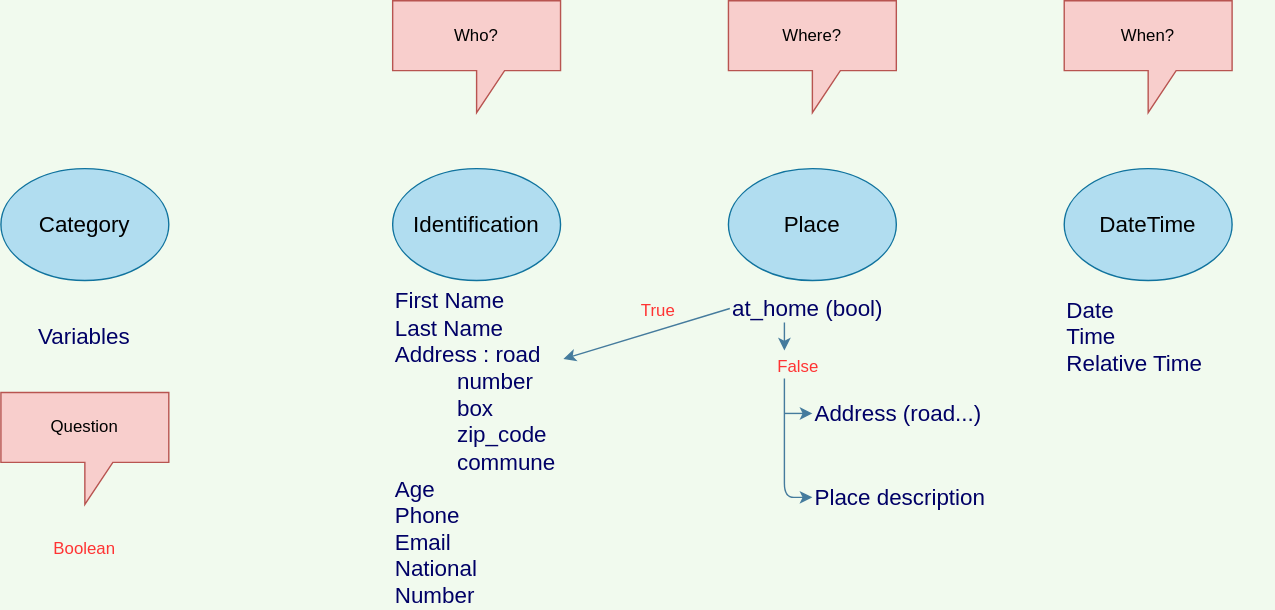
Above: concepts/Variables_needed.svg in Joffreybvn/police-training-chatbot (draw.io), before the change. Source tidied: cells renumbered, new cells last; positions are measured from the earlier drawing's top-left corner, leaving out a move shared by most shapes.
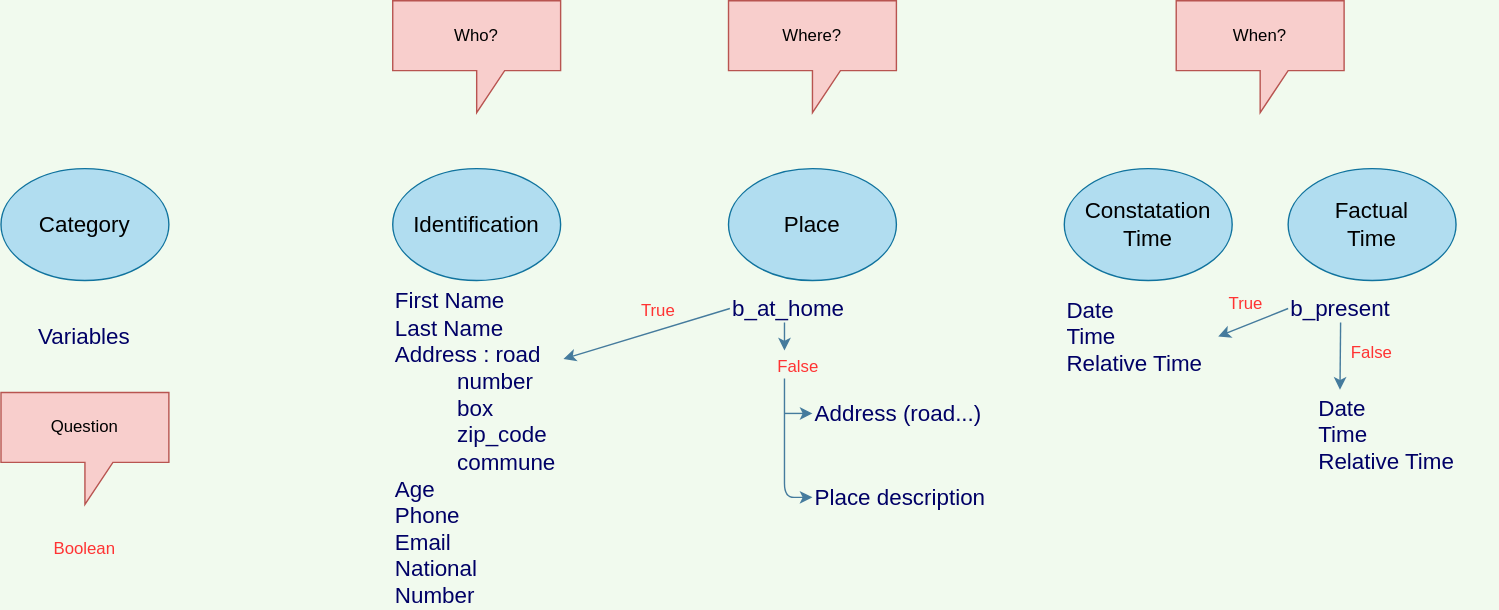
The same file after the commit.

The edit, as a diff of the source:
```diff
@@ -26,8 +26,8 @@
     <mxCell id="9" value="Place" style="ellipse;whiteSpace=wrap;html=1;fillColor=#b1ddf0;strokeColor=#10739e;fontSize=16;" parent="1" vertex="1">
       <mxGeometry x="520" y="120" width="120" height="80" as="geometry" />
     </mxCell>
-    <mxCell id="10" value="at_home (bool)" style="text;html=1;align=left;verticalAlign=middle;whiteSpace=wrap;rounded=0;sketch=0;strokeWidth=1;fontColor=#000066;fontSize=16;" parent="1" vertex="1">
-      <mxGeometry x="521" y="210" width="150" height="20" as="geometry" />
+    <mxCell id="10" value="b_at_home" style="text;html=1;align=left;verticalAlign=middle;whiteSpace=wrap;rounded=0;sketch=0;strokeWidth=1;fontColor=#000066;fontSize=16;" parent="1" vertex="1">
+      <mxGeometry x="521" y="210" width="89" height="20" as="geometry" />
     </mxCell>
     <mxCell id="11" style="endArrow=classic;html=1;strokeColor=#457B9D;fillColor=#A8DADC;fontSize=16;fontColor=#000066;exitX=0;exitY=0.5;exitDx=0;exitDy=0;entryX=1.017;entryY=0.222;entryDx=0;entryDy=0;entryPerimeter=0;" parent="1" edge="1" source="10" target="6">
       <mxGeometry relative="1" as="geometry" />
@@ -68,13 +68,34 @@
       </mxGeometry>
     </mxCell>
     <mxCell id="21" value="When?" style="shape=callout;whiteSpace=wrap;html=1;perimeter=calloutPerimeter;rounded=0;sketch=0;strokeColor=#b85450;fillColor=#f8cecc;" parent="1" vertex="1">
-      <mxGeometry x="760" width="120" height="80" as="geometry" />
+      <mxGeometry x="840" width="120" height="80" as="geometry" />
     </mxCell>
-    <mxCell id="22" value="DateTime" style="ellipse;whiteSpace=wrap;html=1;fillColor=#b1ddf0;strokeColor=#10739e;fontSize=16;" parent="1" vertex="1">
+    <mxCell id="22" value="Constatation&lt;br&gt;Time" style="ellipse;whiteSpace=wrap;html=1;fillColor=#b1ddf0;strokeColor=#10739e;fontSize=16;" parent="1" vertex="1">
       <mxGeometry x="760" y="120" width="120" height="80" as="geometry" />
     </mxCell>
     <mxCell id="23" value="Date&lt;br&gt;Time&lt;br&gt;Relative Time" style="text;html=1;align=left;verticalAlign=middle;whiteSpace=wrap;rounded=0;sketch=0;strokeWidth=1;fontColor=#000066;fontSize=16;" parent="1" vertex="1">
-      <mxGeometry x="760" y="210" width="150" height="60" as="geometry" />
+      <mxGeometry x="760" y="210" width="110" height="60" as="geometry" />
     </mxCell>
+    <mxCell id="24" value="Factual&lt;br&gt;Time" style="ellipse;whiteSpace=wrap;html=1;fillColor=#b1ddf0;strokeColor=#10739e;fontSize=16;" parent="1" vertex="1">
+      <mxGeometry x="920" y="120" width="120" height="80" as="geometry" />
+    </mxCell>
+    <mxCell id="25" value="b_present" style="text;html=1;align=left;verticalAlign=middle;whiteSpace=wrap;rounded=0;sketch=0;strokeWidth=1;fontColor=#000066;fontSize=16;" parent="1" vertex="1">
+      <mxGeometry x="920" y="210" width="150" height="20" as="geometry" />
+    </mxCell>
+    <mxCell id="26" style="endArrow=classic;html=1;strokeColor=#457B9D;fillColor=#A8DADC;fontSize=16;fontColor=#FF3333;exitX=0;exitY=0.5;exitDx=0;exitDy=0;entryX=1;entryY=0.5;entryDx=0;entryDy=0;" parent="1" edge="1" source="25" target="23">
+      <mxGeometry relative="1" as="geometry" />
+    </mxCell>
+    <mxCell id="27" value="&lt;font style=&quot;font-size: 12px&quot;&gt;True&lt;/font&gt;" style="text;html=1;align=center;verticalAlign=middle;whiteSpace=wrap;rounded=0;sketch=0;fontSize=16;fontColor=#FF3333;" parent="1" vertex="1">
+      <mxGeometry x="870" y="205" width="40" height="20" as="geometry" />
+    </mxCell>
+    <mxCell id="28" value="Date&lt;br&gt;Time&lt;br&gt;Relative Time" style="text;html=1;align=left;verticalAlign=middle;whiteSpace=wrap;rounded=0;sketch=0;strokeWidth=1;fontColor=#000066;fontSize=16;" parent="1" vertex="1">
+      <mxGeometry x="940" y="280" width="110" height="60" as="geometry" />
+    </mxCell>
+    <mxCell id="29" style="endArrow=classic;html=1;strokeColor=#457B9D;fillColor=#A8DADC;fontSize=16;fontColor=#FF3333;exitX=0.25;exitY=1;exitDx=0;exitDy=0;entryX=0.155;entryY=-0.033;entryDx=0;entryDy=0;entryPerimeter=0;" parent="1" edge="1" source="25" target="28">
+      <mxGeometry relative="1" as="geometry" />
+    </mxCell>
+    <mxCell id="30" value="&lt;font style=&quot;font-size: 12px&quot;&gt;False&lt;/font&gt;" style="text;html=1;align=center;verticalAlign=middle;whiteSpace=wrap;rounded=0;sketch=0;fontSize=16;fontColor=#FF3333;" parent="1" vertex="1">
+      <mxGeometry x="960" y="240" width="40" height="20" as="geometry" />
+    </mxCell>
   </root>
 </mxGraphModel>
```
